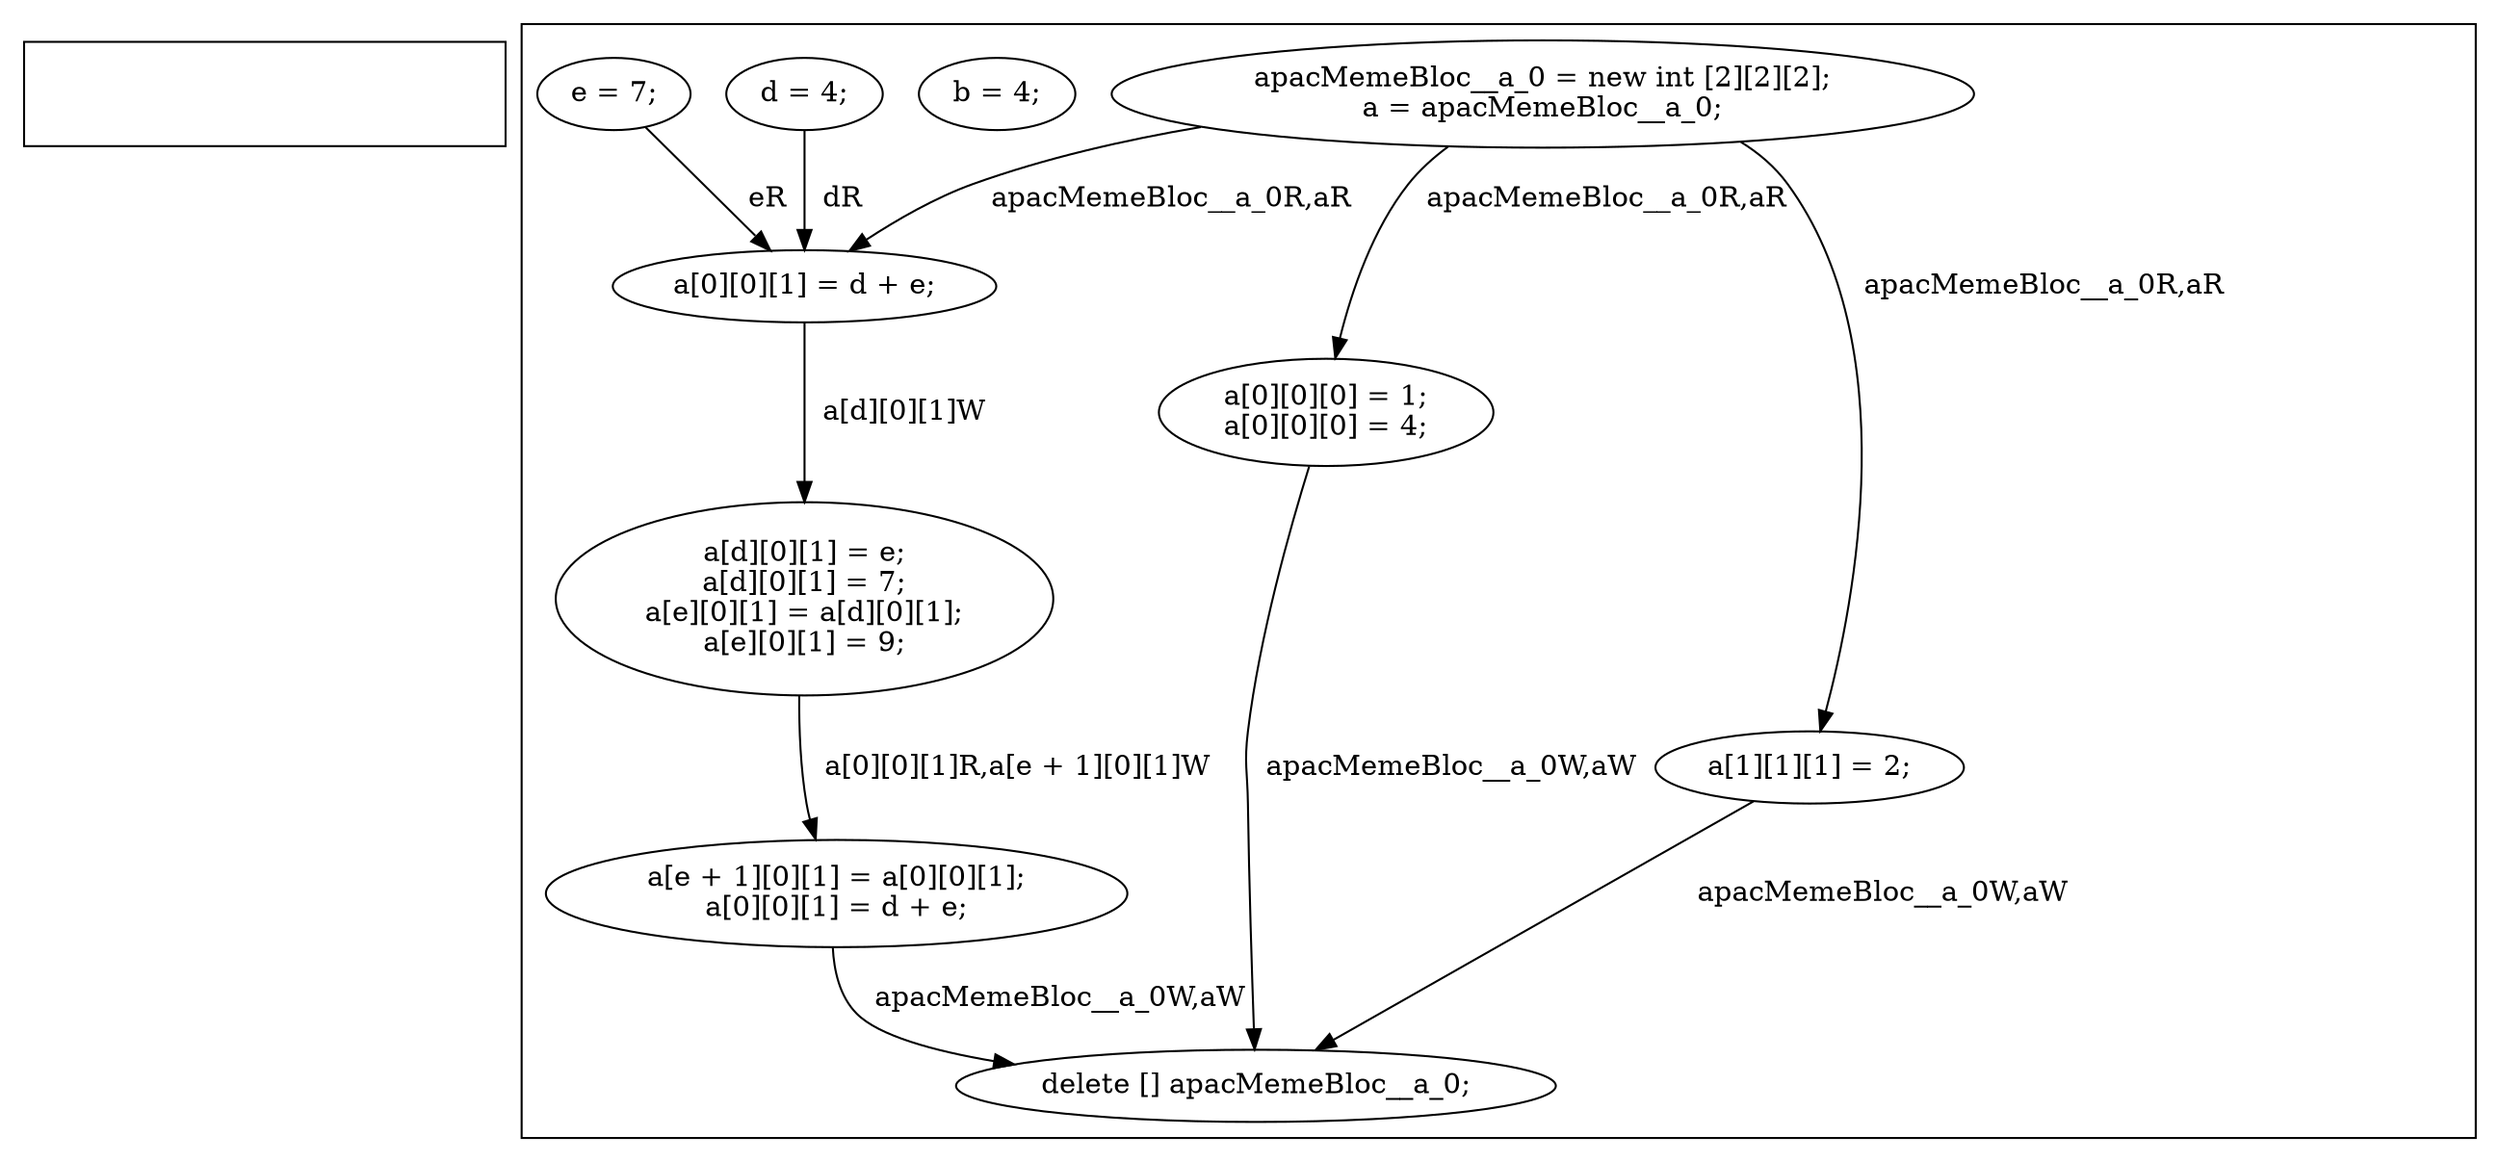
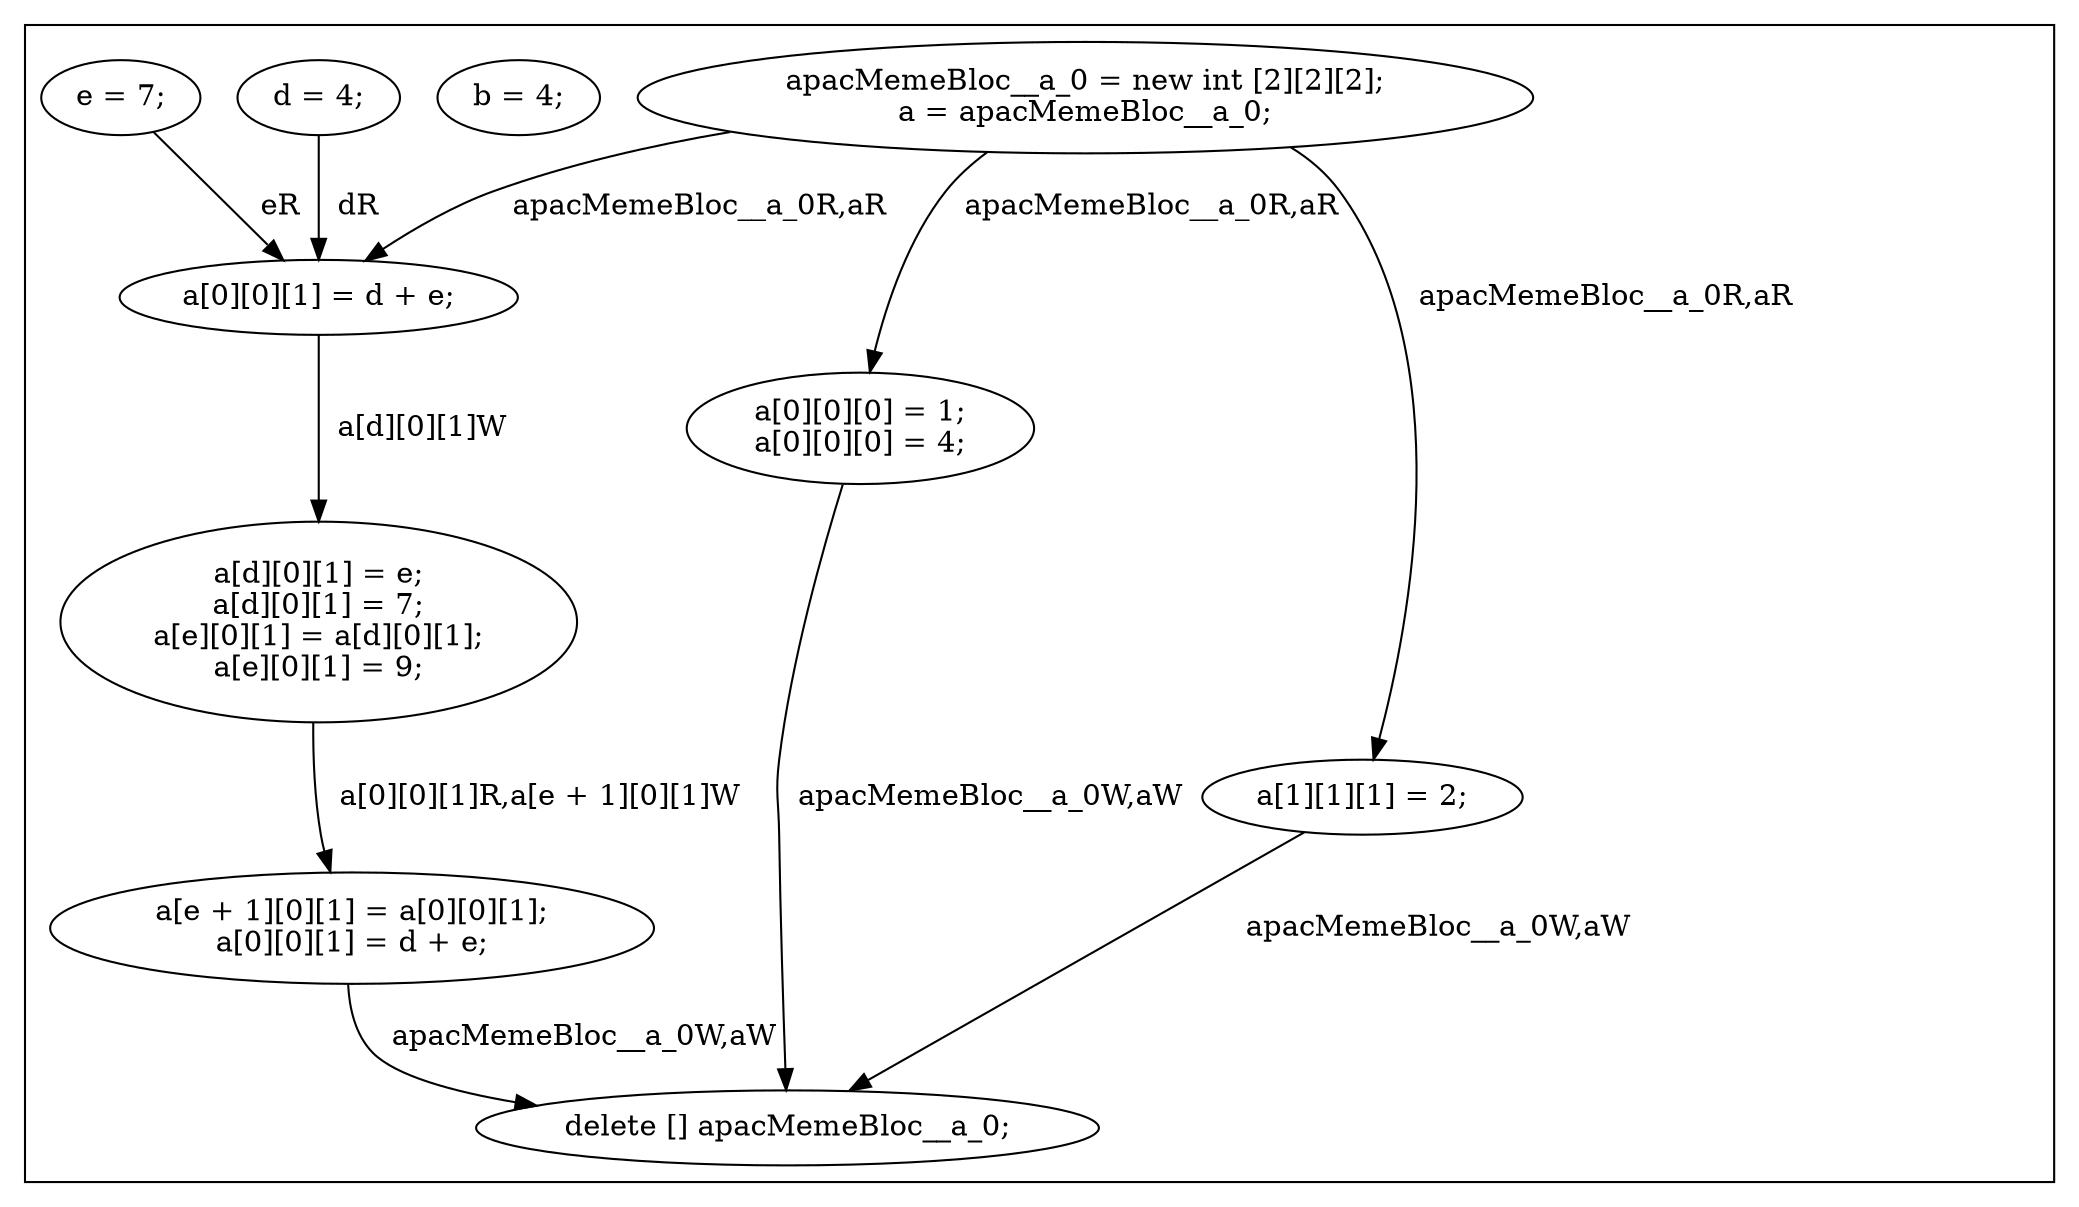
digraph G {
subgraph cluster_f0 {
-     invisibleNodeScope_2 [style=invis];
- }
- subgraph cluster_f1 {
-     invisibleNodeScope_3 [style=invis];
+     invisibleNodeScope_1 [style=invis];
    0 [label="apacMemeBloc__a_0 = new int [2][2][2];
a = apacMemeBloc__a_0;"];
    2 [label="b = 4;"];
    3 [label="d = 4;"];
    4 [label="e = 7;"];
    5 [label="a[0][0][0] = 1;
a[0][0][0] = 4;"];
    7 [label="a[1][1][1] = 2;"];
    8 [label="a[0][0][1] = d + e;"];
    9 [label="a[d][0][1] = e;
a[d][0][1] = 7;
a[e][0][1] = a[d][0][1];
a[e][0][1] = 9;"];
    13 [label="a[e + 1][0][1] = a[0][0][1];
a[0][0][1] = d + e;"];
    15 [label="delete [] apacMemeBloc__a_0;"];
}
    0 -> 5[label="  apacMemeBloc__a_0R,aR"];
    0 -> 7[label="  apacMemeBloc__a_0R,aR"];
    0 -> 8[label="  apacMemeBloc__a_0R,aR"];
    3 -> 8[label="  dR"];
    4 -> 8[label="  eR"];
    5 -> 15[label="  apacMemeBloc__a_0W,aW"];
    7 -> 15[label="  apacMemeBloc__a_0W,aW"];
    8 -> 9[label="  a[d][0][1]W"];
    9 -> 13[label="  a[0][0][1]R,a[e + 1][0][1]W"];
    13 -> 15[label="  apacMemeBloc__a_0W,aW"];
}
